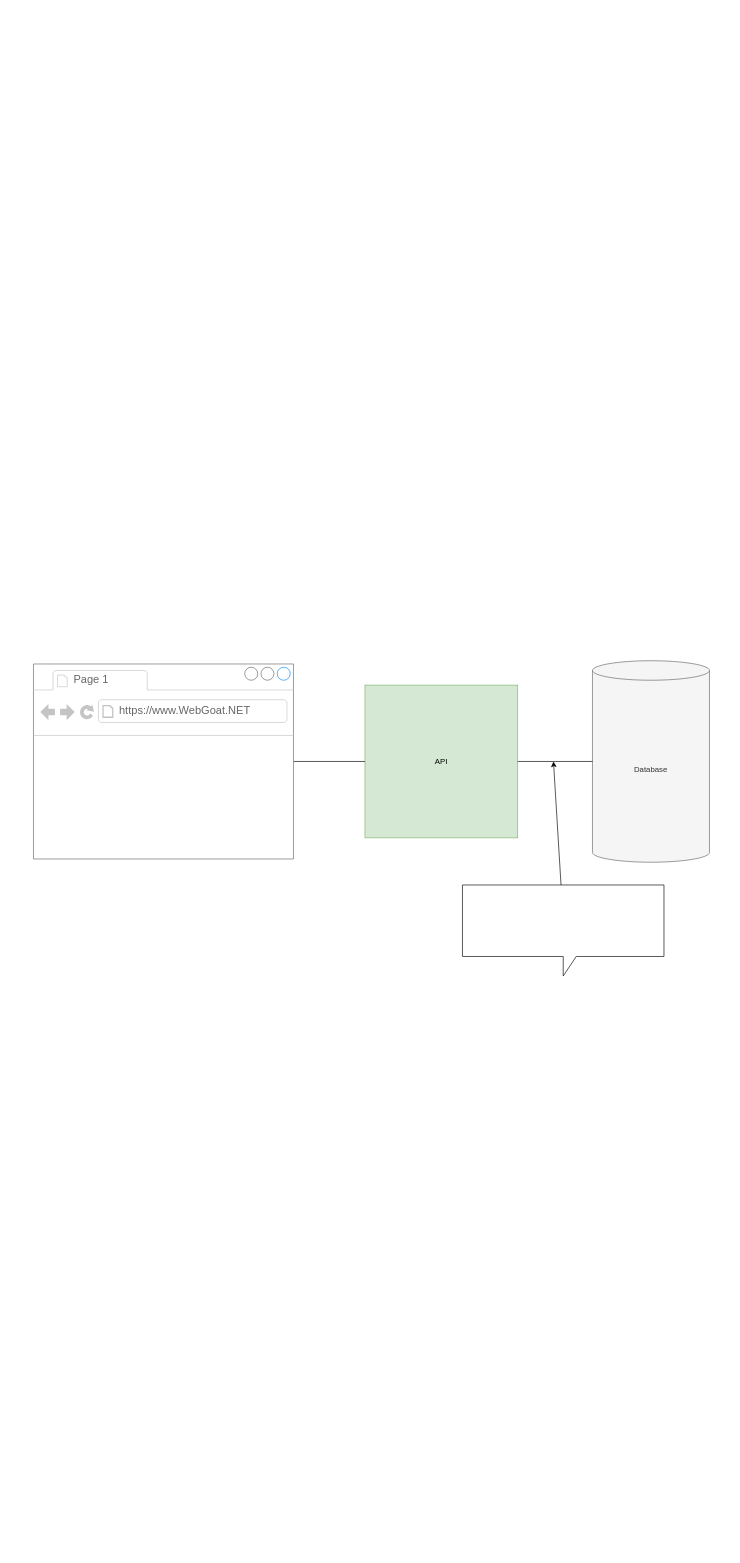
MagnusMadsen/Software_sikkerhed_eksamen keeps this draw.io diagram as dokumenter/Drawio/Arkitektur diagram.drawio. Above is the earlier version. Source tidied: cells renumbered, new cells numbered last; positions are measured from the earlier drawing's top-left corner, leaving out a move shared by most shapes. Both pictures are drawn from the tidied source at 65%, with x=0, y=0 at pixel (33, 660).
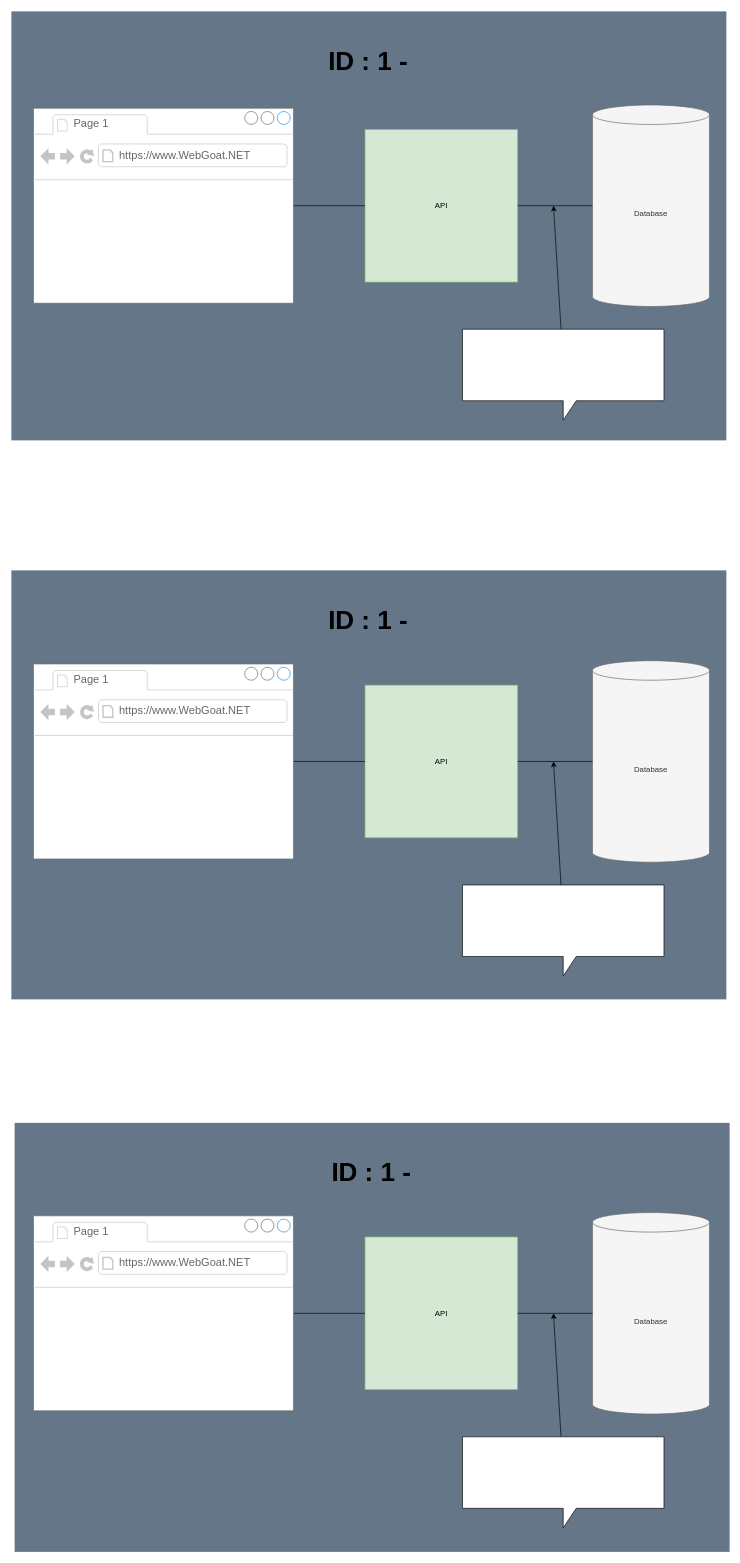
After the change.

Commit message:
updatering af drawio akitektur diagrammer

What changed in the source:
```diff
@@
+    <mxCell id="11" style="rounded=0;whiteSpace=wrap;html=1;fillColor=#647687;strokeColor=none;fontColor=#ffffff;" parent="1" vertex="1">
+      <mxGeometry x="-29" y="711" width="1100" height="660" as="geometry" />
+    </mxCell>
+    <mxCell id="12" style="rounded=0;whiteSpace=wrap;html=1;fillColor=#647687;strokeColor=none;fontColor=#ffffff;" parent="1" vertex="1">
+      <mxGeometry x="-34" y="-139" width="1100" height="660" as="geometry" />
+    </mxCell>
+    <mxCell id="13" style="rounded=0;whiteSpace=wrap;html=1;fillColor=#647687;strokeColor=none;fontColor=#ffffff;" parent="1" vertex="1">
+      <mxGeometry x="-34" y="-999" width="1100" height="660" as="geometry" />
+    </mxCell>
@@
+    <mxCell id="14" value="Database" style="shape=cylinder3;whiteSpace=wrap;html=1;boundedLbl=1;backgroundOutline=1;size=15;fillColor=#f5f5f5;strokeColor=#666666;fontColor=#333333;" parent="1" vertex="1">
+      <mxGeometry x="860" y="849" width="180" height="310" as="geometry" />
+    </mxCell>
+    <mxCell id="15" value="API" style="whiteSpace=wrap;html=1;fillColor=#d5e8d4;strokeColor=#82b366;" parent="1" vertex="1">
+      <mxGeometry x="510" y="886.5" width="235" height="235" as="geometry" />
+    </mxCell>
+    <mxCell id="16" style="edgeStyle=none;html=1;entryX=0;entryY=0.5;entryDx=0;entryDy=0;endArrow=none;endFill=0;" parent="1" edge="1" source="17" target="15">
+      <mxGeometry relative="1" as="geometry" />
+    </mxCell>
+    <mxCell id="17" style="strokeWidth=1;shadow=0;dashed=0;align=center;html=1;shape=mxgraph.mockup.containers.browserWindow;rSize=0;strokeColor=#666666;strokeColor2=#008cff;strokeColor3=#c4c4c4;mainText=,;" parent="1" vertex="1">
+      <mxGeometry y="854" width="400" height="300" as="geometry" />
+    </mxCell>
+    <mxCell id="18" value="Page 1" style="strokeWidth=1;shadow=0;dashed=0;align=center;html=1;shape=mxgraph.mockup.containers.anchor;fontSize=17;fontColor=#666666;align=left;whiteSpace=wrap;" parent="17" vertex="1">
+      <mxGeometry x="60" y="12" width="110" height="26" as="geometry" />
+    </mxCell>
+    <mxCell id="19" value="https://www.WebGoat.NET" style="strokeWidth=1;shadow=0;dashed=0;align=center;html=1;shape=mxgraph.mockup.containers.anchor;rSize=0;fontSize=17;fontColor=#666666;align=left;" parent="17" vertex="1">
+      <mxGeometry x="130" y="60" width="250" height="26" as="geometry" />
+    </mxCell>
+    <mxCell id="20" style="edgeStyle=none;html=1;entryX=0;entryY=0.5;entryDx=0;entryDy=0;entryPerimeter=0;endArrow=none;endFill=0;" parent="1" edge="1" source="15" target="14">
+      <mxGeometry relative="1" as="geometry" />
+    </mxCell>
+    <mxCell id="21" style="edgeStyle=none;html=1;" parent="1" edge="1" source="22">
+      <mxGeometry relative="1" as="geometry">
+        <mxPoint x="800" y="1004" as="targetPoint" />
+      </mxGeometry>
+    </mxCell>
+    <mxCell id="22" style="shape=callout;whiteSpace=wrap;html=1;perimeter=calloutPerimeter;" parent="1" vertex="1">
+      <mxGeometry x="660" y="1194" width="310" height="140" as="geometry" />
+    </mxCell>
+    <mxCell id="23" value="Database" style="shape=cylinder3;whiteSpace=wrap;html=1;boundedLbl=1;backgroundOutline=1;size=15;fillColor=#f5f5f5;strokeColor=#666666;fontColor=#333333;" parent="1" vertex="1">
+      <mxGeometry x="860" y="-855" width="180" height="310" as="geometry" />
+    </mxCell>
+    <mxCell id="24" value="API" style="whiteSpace=wrap;html=1;fillColor=#d5e8d4;strokeColor=#82b366;" parent="1" vertex="1">
+      <mxGeometry x="510" y="-817.5" width="235" height="235" as="geometry" />
+    </mxCell>
+    <mxCell id="25" style="edgeStyle=none;html=1;entryX=0;entryY=0.5;entryDx=0;entryDy=0;endArrow=none;endFill=0;" parent="1" edge="1" source="26" target="24">
+      <mxGeometry relative="1" as="geometry" />
+    </mxCell>
+    <mxCell id="26" style="strokeWidth=1;shadow=0;dashed=0;align=center;html=1;shape=mxgraph.mockup.containers.browserWindow;rSize=0;strokeColor=#666666;strokeColor2=#008cff;strokeColor3=#c4c4c4;mainText=,;" parent="1" vertex="1">
+      <mxGeometry y="-850" width="400" height="300" as="geometry" />
+    </mxCell>
+    <mxCell id="27" value="Page 1" style="strokeWidth=1;shadow=0;dashed=0;align=center;html=1;shape=mxgraph.mockup.containers.anchor;fontSize=17;fontColor=#666666;align=left;whiteSpace=wrap;" parent="26" vertex="1">
+      <mxGeometry x="60" y="12" width="110" height="26" as="geometry" />
+    </mxCell>
+    <mxCell id="28" value="https://www.WebGoat.NET" style="strokeWidth=1;shadow=0;dashed=0;align=center;html=1;shape=mxgraph.mockup.containers.anchor;rSize=0;fontSize=17;fontColor=#666666;align=left;" parent="26" vertex="1">
+      <mxGeometry x="130" y="60" width="250" height="26" as="geometry" />
+    </mxCell>
+    <mxCell id="29" style="edgeStyle=none;html=1;entryX=0;entryY=0.5;entryDx=0;entryDy=0;entryPerimeter=0;endArrow=none;endFill=0;" parent="1" edge="1" source="24" target="23">
+      <mxGeometry relative="1" as="geometry" />
+    </mxCell>
+    <mxCell id="30" style="edgeStyle=none;html=1;" parent="1" edge="1" source="31">
+      <mxGeometry relative="1" as="geometry">
+        <mxPoint x="800" y="-700" as="targetPoint" />
+      </mxGeometry>
+    </mxCell>
+    <mxCell id="31" style="shape=callout;whiteSpace=wrap;html=1;perimeter=calloutPerimeter;" parent="1" vertex="1">
+      <mxGeometry x="660" y="-510" width="310" height="140" as="geometry" />
+    </mxCell>
+    <mxCell id="32" value="ID : 1 -&amp;nbsp;" style="text;html=1;whiteSpace=wrap;strokeColor=none;fillColor=none;align=center;verticalAlign=middle;rounded=0;fontStyle=1;fontSize=40;" parent="1" vertex="1">
+      <mxGeometry x="326" y="-959" width="389" height="70" as="geometry" />
+    </mxCell>
+    <mxCell id="33" value="ID : 1 -&amp;nbsp;" style="text;html=1;whiteSpace=wrap;strokeColor=none;fillColor=none;align=center;verticalAlign=middle;rounded=0;fontStyle=1;fontSize=40;" parent="1" vertex="1">
+      <mxGeometry x="326" y="-99" width="389" height="70" as="geometry" />
+    </mxCell>
+    <mxCell id="34" value="ID : 1 -&amp;nbsp;" style="text;html=1;whiteSpace=wrap;strokeColor=none;fillColor=none;align=center;verticalAlign=middle;rounded=0;fontStyle=1;fontSize=40;" parent="1" vertex="1">
+      <mxGeometry x="331" y="751" width="389" height="70" as="geometry" />
+    </mxCell>
```
